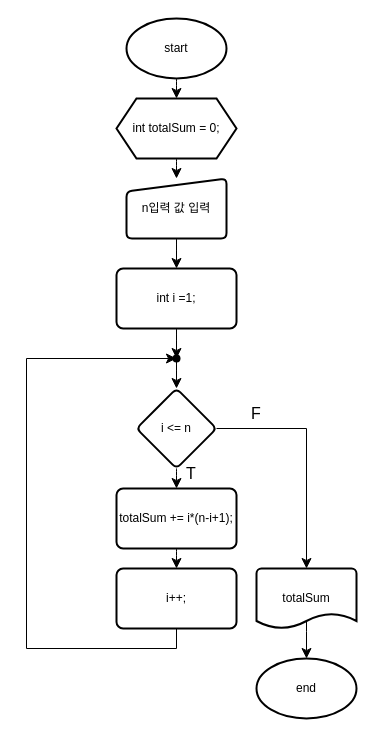
This is page "문제2" (4 of 11) of 03_java/20260227_yeodohyun/02_work/문제순서도.drawio from dhy257/acon_academy_yeodohyun, a draw.io file, before an edit. Source tidied: cells renumbered, new cells numbered last; positions are measured from the earlier drawing's top-left corner, leaving out a move shared by most shapes. Both pictures are drawn from the tidied source at 100%, with x=0, y=0 at pixel (26, 18).
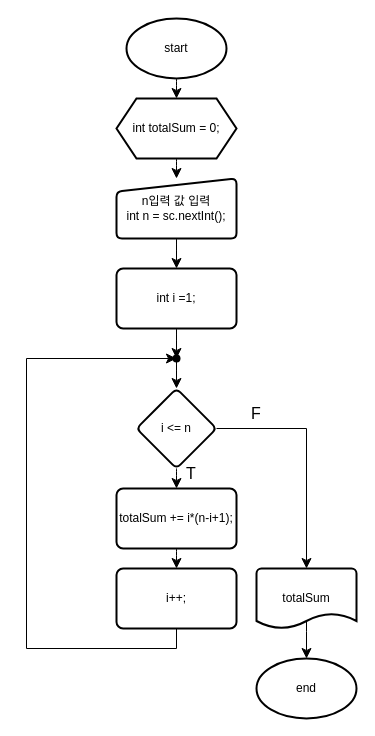
The same diagram, later.

What changed in the source:
```diff
@@
-    <mxCell id="7" value="n입력 값 입력" style="html=1;strokeWidth=2;shape=manualInput;whiteSpace=wrap;rounded=1;size=13;arcSize=11;" parent="1" vertex="1">
-      <mxGeometry x="100" y="160" width="100" height="60" as="geometry" />
+    <mxCell id="7" value="n입력 값 입력&lt;div&gt;int n = sc.nextInt();&lt;/div&gt;" style="html=1;strokeWidth=2;shape=manualInput;whiteSpace=wrap;rounded=1;size=13;arcSize=11;" parent="1" vertex="1">
+      <mxGeometry x="90" y="160" width="120" height="60" as="geometry" />
     </mxCell>
```
